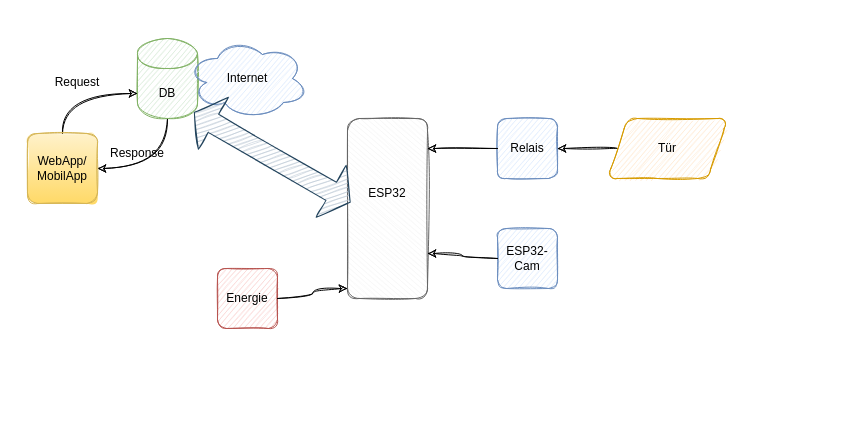
Above: page "Page-2" (2 of 2) of ProjektStruktur.drawio in Steve2404/Pronesy (draw.io), before the change. Source tidied: cells renumbered, new cells numbered last; positions are measured from the earlier drawing's top-left corner, leaving out a move shared by most shapes. Both pictures are drawn from the tidied source at 100%, with x=0, y=0 at pixel (27, 38).
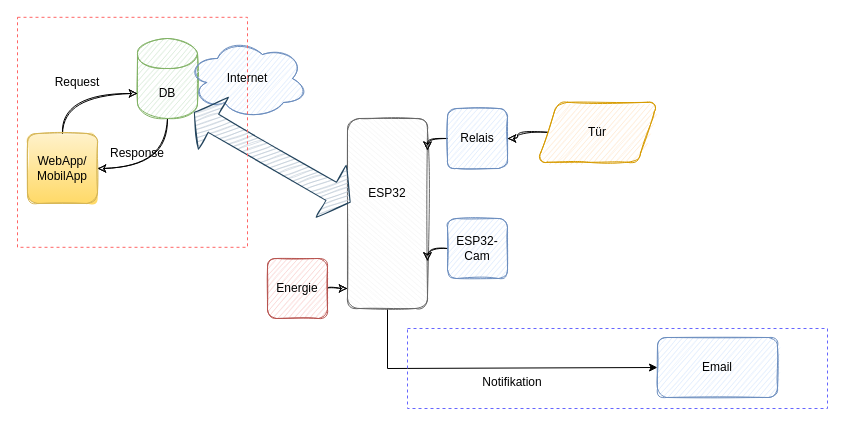
After the change.

Unchanged cells that the change refers to:
```xml
<mxCell id="17" style="shape=cylinder3;whiteSpace=wrap;html=1;boundedLbl=1;backgroundOutline=1;size=15;fillColor=#d5e8d4;strokeColor=#82b366;sketch=1;rounded=1;" parent="1" vertex="1">
  <mxGeometry x="110" width="60" height="80" as="geometry" />
</mxCell>
```

What changed in the source:
```diff
@@
+    <mxCell id="27" style="edgeStyle=orthogonalEdgeStyle;rounded=0;jettySize=auto;html=1;exitX=1;exitY=0.5;exitDx=0;exitDy=0;entryX=0;entryY=0.5;entryDx=0;entryDy=0;" parent="1" edge="1" source="2" target="32">
+      <mxGeometry relative="1" as="geometry">
+        <Array as="points">
+          <mxPoint x="360" y="330" />
+          <mxPoint x="630" y="330" />
+        </Array>
+      </mxGeometry>
+    </mxCell>
     <mxCell id="2" style="rounded=1;whiteSpace=wrap;html=1;direction=south;fillColor=#f5f5f5;fontColor=#333333;strokeColor=#666666;sketch=1;" parent="1" vertex="1">
-      <mxGeometry x="320" y="80" width="80" height="180" as="geometry" />
+      <mxGeometry x="320" y="80" width="80" height="190" as="geometry" />
     </mxCell>
@@
-    <mxCell id="4" style="whiteSpace=wrap;html=1;fillColor=#f8cecc;strokeColor=#b85450;sketch=1;rounded=1;" parent="1" vertex="1">
-      <mxGeometry x="190" y="230" width="60" height="60" as="geometry" />
-    </mxCell>
@@
-    <mxCell id="6" value="&lt;div&gt;Energie&lt;/div&gt;" style="text;html=1;strokeColor=none;fillColor=none;align=center;verticalAlign=middle;whiteSpace=wrap;rounded=1;sketch=1;" parent="1" vertex="1">
-      <mxGeometry x="190" y="240" width="60" height="40" as="geometry" />
-    </mxCell>
-    <mxCell id="7" style="whiteSpace=wrap;html=1;fillColor=#dae8fc;strokeColor=#6c8ebf;sketch=1;rounded=1;" parent="1" vertex="1">
-      <mxGeometry x="470" y="80" width="60" height="60" as="geometry" />
-    </mxCell>
@@
-    <mxCell id="9" value="Relais" style="text;html=1;strokeColor=none;fillColor=none;align=center;verticalAlign=middle;whiteSpace=wrap;rounded=1;sketch=1;" parent="1" vertex="1">
-      <mxGeometry x="470" y="95" width="60" height="30" as="geometry" />
-    </mxCell>
-    <mxCell id="10" style="whiteSpace=wrap;html=1;fillColor=#dae8fc;strokeColor=#6c8ebf;sketch=1;rounded=1;" parent="1" vertex="1">
-      <mxGeometry x="470" y="190" width="60" height="60" as="geometry" />
-    </mxCell>
@@
-    <mxCell id="12" value="ESP32- Cam" style="text;html=1;strokeColor=none;fillColor=none;align=center;verticalAlign=middle;whiteSpace=wrap;rounded=1;sketch=1;" parent="1" vertex="1">
-      <mxGeometry x="470" y="205" width="60" height="30" as="geometry" />
-    </mxCell>
@@
-    <mxCell id="14" style="shape=parallelogram;perimeter=parallelogramPerimeter;whiteSpace=wrap;html=1;fixedSize=1;fillColor=#ffe6cc;strokeColor=#d79b00;sketch=1;rounded=1;" parent="1" vertex="1">
-      <mxGeometry x="580" y="80" width="120" height="60" as="geometry" />
-    </mxCell>
-    <mxCell id="15" value="Tür" style="text;html=1;strokeColor=none;fillColor=none;align=center;verticalAlign=middle;whiteSpace=wrap;rounded=1;sketch=1;" parent="1" vertex="1">
-      <mxGeometry x="610" y="95" width="60" height="30" as="geometry" />
-    </mxCell>
-    <mxCell id="16" style="edgeStyle=orthogonalEdgeStyle;rounded=1;jettySize=auto;html=1;exitX=0.5;exitY=1;exitDx=0;exitDy=0;exitPerimeter=0;entryX=1;entryY=0.5;entryDx=0;entryDy=0;sketch=1;curved=1;" parent="1" edge="1" source="17" target="23">
+    <mxCell id="16" style="edgeStyle=orthogonalEdgeStyle;rounded=1;jettySize=auto;html=1;exitX=0.5;exitY=1;exitDx=0;exitDy=0;exitPerimeter=0;entryX=1;entryY=0.5;entryDx=0;entryDy=0;sketch=1;curved=1;shadow=0;" parent="1" edge="1" source="17" target="23">
       <mxGeometry relative="1" as="geometry">
         <Array as="points">
           <mxPoint x="140" y="130" />
         </Array>
       </mxGeometry>
     </mxCell>
@@
-    <mxCell id="19" value="DB" style="text;html=1;strokeColor=none;fillColor=none;align=center;verticalAlign=middle;whiteSpace=wrap;rounded=1;sketch=1;" parent="1" vertex="1">
+    <mxCell id="19" value="DB" style="text;html=1;strokeColor=none;fillColor=none;align=center;verticalAlign=middle;whiteSpace=wrap;rounded=1;sketch=1;shadow=0;" parent="1" vertex="1">
       <mxGeometry x="110" y="40" width="60" height="30" as="geometry" />
     </mxCell>
-    <mxCell id="20" value="Internet" style="text;html=1;strokeColor=none;fillColor=none;align=center;verticalAlign=middle;whiteSpace=wrap;rounded=1;sketch=1;" parent="1" vertex="1">
+    <mxCell id="20" value="Internet" style="text;html=1;strokeColor=none;fillColor=none;align=center;verticalAlign=middle;whiteSpace=wrap;rounded=1;sketch=1;shadow=0;" parent="1" vertex="1">
       <mxGeometry x="190" y="25" width="60" height="30" as="geometry" />
     </mxCell>
@@
-    <mxCell id="22" style="edgeStyle=orthogonalEdgeStyle;rounded=1;jettySize=auto;html=1;exitX=0.5;exitY=0;exitDx=0;exitDy=0;entryX=0;entryY=0.5;entryDx=0;entryDy=0;sketch=1;curved=1;" parent="1" edge="1" source="23" target="19">
+    <mxCell id="22" style="edgeStyle=orthogonalEdgeStyle;rounded=1;jettySize=auto;html=1;exitX=0.5;exitY=0;exitDx=0;exitDy=0;entryX=0;entryY=0.5;entryDx=0;entryDy=0;sketch=1;curved=1;shadow=0;" parent="1" edge="1" source="23" target="19">
       <mxGeometry relative="1" as="geometry" />
     </mxCell>
-    <mxCell id="23" style="whiteSpace=wrap;html=1;fillColor=#fff2cc;gradientColor=#ffd966;strokeColor=#d6b656;sketch=1;rounded=1;" parent="1" vertex="1">
+    <mxCell id="23" style="whiteSpace=wrap;html=1;fillColor=#fff2cc;gradientColor=#ffd966;strokeColor=#d6b656;sketch=1;rounded=1;shadow=0;" parent="1" vertex="1">
       <mxGeometry y="95" width="70" height="70" as="geometry" />
     </mxCell>
-    <mxCell id="24" value="&lt;div&gt;WebApp/&lt;/div&gt;&lt;div&gt;MobilApp&lt;/div&gt;" style="text;html=1;strokeColor=none;fillColor=none;align=center;verticalAlign=middle;whiteSpace=wrap;rounded=1;sketch=1;" parent="1" vertex="1">
+    <mxCell id="24" value="&lt;div&gt;WebApp/&lt;/div&gt;&lt;div&gt;MobilApp&lt;/div&gt;" style="text;html=1;strokeColor=none;fillColor=none;align=center;verticalAlign=middle;whiteSpace=wrap;rounded=1;sketch=1;shadow=0;" parent="1" vertex="1">
       <mxGeometry x="5" y="115" width="60" height="30" as="geometry" />
     </mxCell>
-    <mxCell id="25" value="Request" style="text;html=1;strokeColor=none;fillColor=none;align=center;verticalAlign=middle;whiteSpace=wrap;rounded=1;sketch=1;" parent="1" vertex="1">
+    <mxCell id="25" value="Request" style="text;html=1;strokeColor=none;fillColor=none;align=center;verticalAlign=middle;whiteSpace=wrap;rounded=1;sketch=1;shadow=0;" parent="1" vertex="1">
       <mxGeometry x="20" y="28.8" width="60" height="30" as="geometry" />
     </mxCell>
-    <mxCell id="26" value="Response" style="text;html=1;strokeColor=none;fillColor=none;align=center;verticalAlign=middle;whiteSpace=wrap;rounded=1;sketch=1;" parent="1" vertex="1">
+    <mxCell id="26" value="Response" style="text;html=1;strokeColor=none;fillColor=none;align=center;verticalAlign=middle;whiteSpace=wrap;rounded=1;sketch=1;shadow=0;" parent="1" vertex="1">
       <mxGeometry x="80" y="105" width="60" height="20" as="geometry" />
     </mxCell>
+    <mxCell id="28" value="Notifikation" style="text;html=1;strokeColor=none;fillColor=none;align=center;verticalAlign=middle;whiteSpace=wrap;rounded=0;" parent="1" vertex="1">
+      <mxGeometry x="370" y="329" width="230" height="30" as="geometry" />
+    </mxCell>
+    <mxCell id="29" style="whiteSpace=wrap;html=1;shadow=0;dashed=1;fillColor=none;strokeColor=#FF6666;" parent="1" vertex="1">
+      <mxGeometry x="-10" y="-21.2" width="230" height="230" as="geometry" />
+    </mxCell>
+    <mxCell id="30" style="group;" parent="1" vertex="1">
+      <mxGeometry x="240" y="220" width="60" height="60" as="geometry" />
+    </mxCell>
+    <mxCell id="4" style="whiteSpace=wrap;html=1;fillColor=#f8cecc;strokeColor=#b85450;sketch=1;rounded=1;" parent="30" vertex="1">
+      <mxGeometry width="60" height="60" as="geometry" />
+    </mxCell>
+    <mxCell id="6" value="&lt;div&gt;Energie&lt;/div&gt;" style="text;html=1;strokeColor=none;fillColor=none;align=center;verticalAlign=middle;whiteSpace=wrap;rounded=1;sketch=1;" parent="30" vertex="1">
+      <mxGeometry y="10" width="60" height="40" as="geometry" />
+    </mxCell>
+    <mxCell id="31" style="group;" parent="1" vertex="1">
+      <mxGeometry x="630" y="299" width="120" height="60" as="geometry" />
+    </mxCell>
+    <mxCell id="32" style="whiteSpace=wrap;html=1;fillColor=#dae8fc;strokeColor=#6c8ebf;sketch=1;rounded=1;" parent="31" vertex="1">
+      <mxGeometry width="120" height="60" as="geometry" />
+    </mxCell>
+    <mxCell id="33" value="Email" style="text;html=1;strokeColor=none;fillColor=none;align=center;verticalAlign=middle;whiteSpace=wrap;rounded=0;" parent="31" vertex="1">
+      <mxGeometry x="30" y="15" width="60" height="30" as="geometry" />
+    </mxCell>
+    <mxCell id="34" style="rounded=0;whiteSpace=wrap;html=1;shadow=0;dashed=1;strokeColor=#6666FF;fillColor=none;" parent="1" vertex="1">
+      <mxGeometry x="380" y="290" width="420" height="80" as="geometry" />
+    </mxCell>
+    <mxCell id="35" style="group;" parent="1" vertex="1">
+      <mxGeometry x="420" y="70" width="60" height="60" as="geometry" />
+    </mxCell>
+    <mxCell id="7" style="whiteSpace=wrap;html=1;fillColor=#dae8fc;strokeColor=#6c8ebf;sketch=1;rounded=1;" parent="35" vertex="1">
+      <mxGeometry width="60" height="60" as="geometry" />
+    </mxCell>
+    <mxCell id="9" value="Relais" style="text;html=1;strokeColor=none;fillColor=none;align=center;verticalAlign=middle;whiteSpace=wrap;rounded=1;sketch=1;" parent="35" vertex="1">
+      <mxGeometry y="15" width="60" height="30" as="geometry" />
+    </mxCell>
+    <mxCell id="36" style="group;" parent="1" vertex="1">
+      <mxGeometry x="420" y="180" width="60" height="60" as="geometry" />
+    </mxCell>
+    <mxCell id="10" style="whiteSpace=wrap;html=1;fillColor=#dae8fc;strokeColor=#6c8ebf;sketch=1;rounded=1;" parent="36" vertex="1">
+      <mxGeometry width="60" height="60" as="geometry" />
+    </mxCell>
+    <mxCell id="12" value="ESP32- Cam" style="text;html=1;strokeColor=none;fillColor=none;align=center;verticalAlign=middle;whiteSpace=wrap;rounded=1;sketch=1;" parent="36" vertex="1">
+      <mxGeometry y="15" width="60" height="30" as="geometry" />
+    </mxCell>
+    <mxCell id="37" style="group;" parent="1" vertex="1">
+      <mxGeometry x="510" y="63.8" width="120" height="60" as="geometry" />
+    </mxCell>
+    <mxCell id="14" style="shape=parallelogram;perimeter=parallelogramPerimeter;whiteSpace=wrap;html=1;fixedSize=1;fillColor=#ffe6cc;strokeColor=#d79b00;sketch=1;rounded=1;" parent="37" vertex="1">
+      <mxGeometry width="120" height="60" as="geometry" />
+    </mxCell>
+    <mxCell id="15" value="Tür" style="text;html=1;strokeColor=none;fillColor=none;align=center;verticalAlign=middle;whiteSpace=wrap;rounded=1;sketch=1;" parent="37" vertex="1">
+      <mxGeometry x="30" y="15" width="60" height="30" as="geometry" />
+    </mxCell>
```
